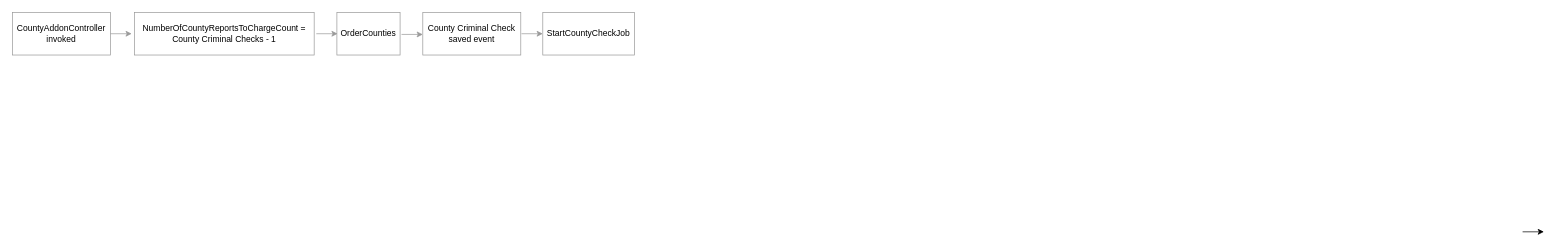
The draw.io diagram Single county addon when ssn trace empty.drawio in gregorygonzalez87/diagrams, before the edit. Source tidied: cells renumbered, new cells numbered last; positions are measured from the earlier drawing's top-left corner, leaving out a move shared by most shapes. Both pictures are drawn from the tidied source at 71%, with x=0, y=0 at pixel (12, 12).
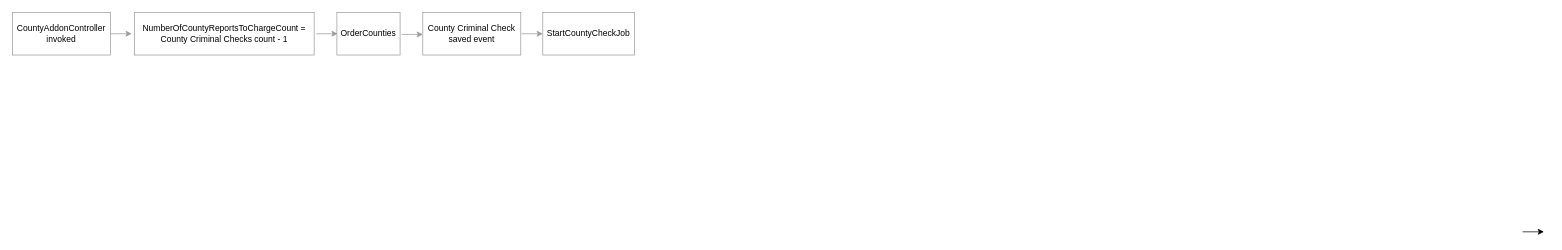
The same page after the edit.

Diff of the diagram source:
```diff
@@
 <mxGraphModel>
   <root>
     <mxCell id="0" />
     <mxCell id="1" parent="0" />
-    <mxCell id="2" value="NumberOfCountyReportsToChargeCount = County Criminal Checks - 1" style="rounded=0;whiteSpace=wrap;html=1;strokeColor=#999999;fillColor=#FFFFFF;labelBackgroundColor=none;" parent="1" vertex="1">
+    <mxCell id="2" value="NumberOfCountyReportsToChargeCount = County Criminal Checks count - 1" style="rounded=0;whiteSpace=wrap;html=1;strokeColor=#999999;fillColor=#FFFFFF;labelBackgroundColor=none;" parent="1" vertex="1">
       <mxGeometry x="172" width="253" height="60" as="geometry" />
     </mxCell>
     <mxCell id="3" style="endArrow=classic;html=1;rounded=0;strokeColor=#999999;fillColor=#FFFFFF;labelBackgroundColor=none;" parent="1" edge="1">
       <mxGeometry relative="1" as="geometry">
         <mxPoint x="548" y="31" as="sourcePoint" />
         <mxPoint x="578" y="31" as="targetPoint" />
       </mxGeometry>
     </mxCell>
     <mxCell id="4" value="OrderCounties" style="rounded=0;whiteSpace=wrap;html=1;strokeColor=#999999;fillColor=#FFFFFF;labelBackgroundColor=none;" parent="1" vertex="1">
       <mxGeometry x="457" width="89" height="60" as="geometry" />
     </mxCell>
     <mxCell id="5" style="endArrow=classic;html=1;rounded=0;" parent="1" edge="1">
       <mxGeometry relative="1" as="geometry">
         <mxPoint x="2127" y="309" as="sourcePoint" />
         <mxPoint x="2157" y="309" as="targetPoint" />
       </mxGeometry>
     </mxCell>
     <mxCell id="6" value="CountyAddonController invoked" style="rounded=0;whiteSpace=wrap;html=1;strokeColor=#999999;fillColor=#FFFFFF;labelBackgroundColor=none;" parent="1" vertex="1">
       <mxGeometry width="138" height="60" as="geometry" />
     </mxCell>
     <mxCell id="7" style="endArrow=classic;html=1;rounded=0;strokeColor=#999999;fillColor=#FFFFFF;labelBackgroundColor=none;" parent="1" edge="1">
       <mxGeometry relative="1" as="geometry">
         <mxPoint x="138" y="30" as="sourcePoint" />
         <mxPoint x="168" y="30" as="targetPoint" />
       </mxGeometry>
     </mxCell>
     <mxCell id="8" value="StartCountyCheckJob" style="rounded=0;whiteSpace=wrap;html=1;strokeColor=#999999;fillColor=#FFFFFF;labelBackgroundColor=none;" parent="1" vertex="1">
       <mxGeometry x="747" width="129" height="60" as="geometry" />
     </mxCell>
     <mxCell id="9" style="endArrow=classic;html=1;rounded=0;strokeColor=#999999;fillColor=#FFFFFF;labelBackgroundColor=none;" parent="1" edge="1">
       <mxGeometry relative="1" as="geometry">
         <mxPoint x="717" y="30" as="sourcePoint" />
         <mxPoint x="747" y="30" as="targetPoint" />
       </mxGeometry>
     </mxCell>
     <mxCell id="10" style="endArrow=classic;html=1;rounded=0;strokeColor=#999999;fillColor=#FFFFFF;labelBackgroundColor=none;" parent="1" edge="1">
       <mxGeometry relative="1" as="geometry">
         <mxPoint x="428" y="30" as="sourcePoint" />
         <mxPoint x="458" y="30" as="targetPoint" />
       </mxGeometry>
     </mxCell>
     <mxCell id="11" value="County Criminal Check saved event" style="rounded=0;whiteSpace=wrap;html=1;strokeColor=#999999;fillColor=#FFFFFF;labelBackgroundColor=none;" parent="1" vertex="1">
       <mxGeometry x="578" width="138" height="60" as="geometry" />
     </mxCell>
   </root>
 </mxGraphModel>
```
